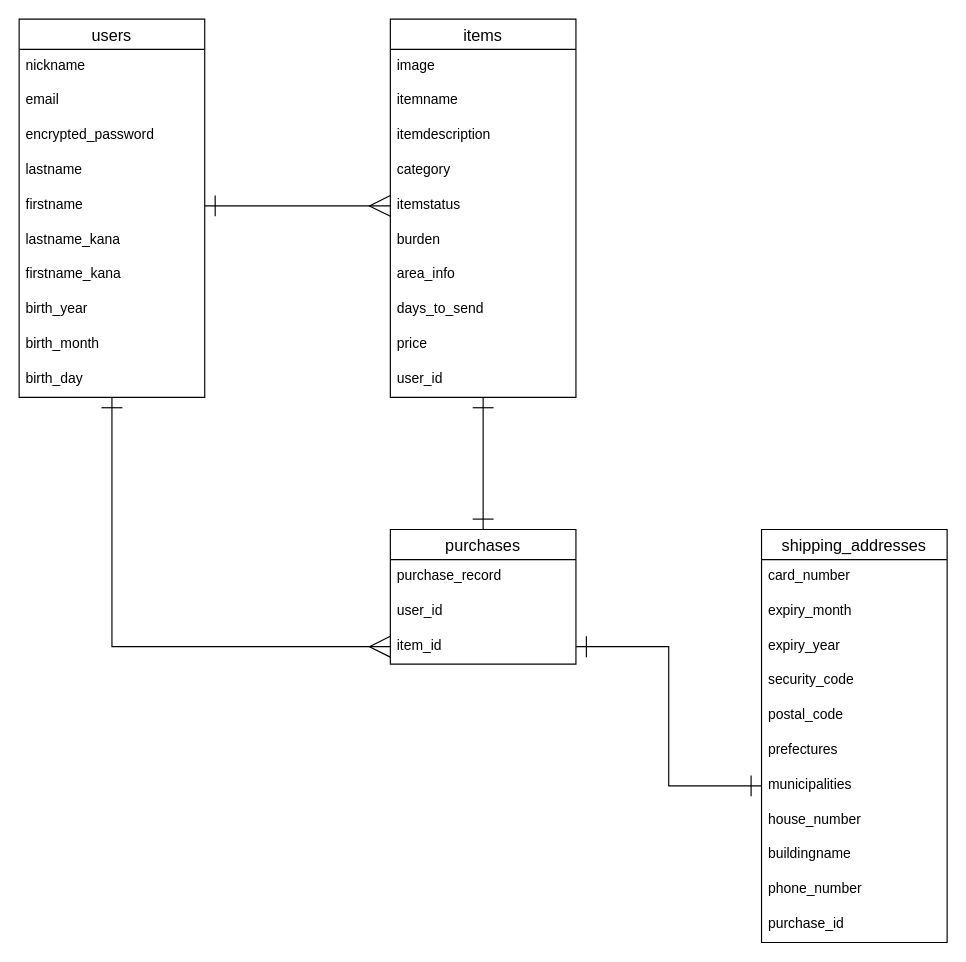
mottymoty03/furima-36777 keeps this draw.io diagram as DBRelationship.dio. Above is the earlier version. Source tidied: cells renumbered, new cells numbered last; positions are measured from the earlier drawing's top-left corner, leaving out a move shared by most shapes. Both pictures are drawn from the tidied source at 116%, with x=0, y=0 at pixel (19, 19).
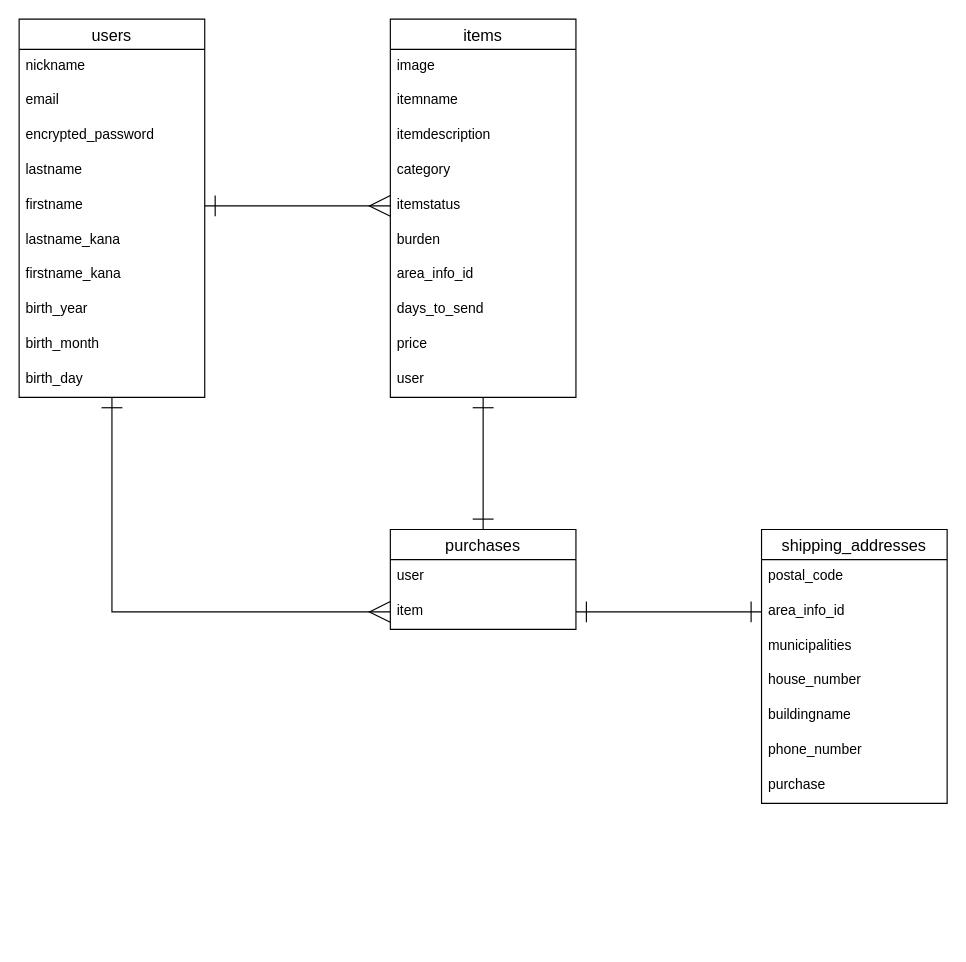
The same diagram, later.

Commit message (it also covers changes not shown here):
指摘15箇所及びER図修正

Unchanged cells that the change refers to:
```xml
<mxCell id="15" value="items" style="swimlane;fontStyle=0;horizontal=1;startSize=26;align=center;fontSize=14;" parent="1" vertex="1">
  <mxGeometry x="320" width="160" height="326" as="geometry" />
</mxCell>
```

Change to the diagram source:
```diff
@@
-    <mxCell id="22" value="area_info" style="text;strokeColor=none;fillColor=none;spacingLeft=4;spacingRight=4;overflow=hidden;fontSize=12;" parent="15" vertex="1">
+    <mxCell id="22" value="area_info_id" style="text;strokeColor=none;fillColor=none;spacingLeft=4;spacingRight=4;overflow=hidden;fontSize=12;" parent="15" vertex="1">
       <mxGeometry y="206" width="160" height="30" as="geometry" />
     </mxCell>
@@
-    <mxCell id="25" value="user_id" style="text;strokeColor=none;fillColor=none;spacingLeft=4;spacingRight=4;overflow=hidden;fontSize=12;" parent="15" vertex="1">
+    <mxCell id="25" value="user" style="text;strokeColor=none;fillColor=none;spacingLeft=4;spacingRight=4;overflow=hidden;fontSize=12;" parent="15" vertex="1">
       <mxGeometry y="296" width="160" height="30" as="geometry" />
     </mxCell>
     <mxCell id="26" value="purchases" style="swimlane;fontStyle=0;horizontal=1;startSize=26;align=center;fontSize=14;" parent="1" vertex="1">
-      <mxGeometry x="320" y="440" width="160" height="116" as="geometry" />
+      <mxGeometry x="320" y="440" width="160" height="86" as="geometry" />
     </mxCell>
-    <mxCell id="27" value="purchase_record" style="text;strokeColor=none;fillColor=none;spacingLeft=4;spacingRight=4;overflow=hidden;fontSize=12;" parent="26" vertex="1">
-      <mxGeometry y="26" width="160" height="30" as="geometry" />
-    </mxCell>
-    <mxCell id="28" value="user_id" style="text;strokeColor=none;fillColor=none;spacingLeft=4;spacingRight=4;overflow=hidden;fontSize=12;" parent="26" vertex="1">
-      <mxGeometry y="56" width="160" height="30" as="geometry" />
+    <mxCell id="28" value="user" style="text;strokeColor=none;fillColor=none;spacingLeft=4;spacingRight=4;overflow=hidden;fontSize=12;" parent="26" vertex="1">
+      <mxGeometry y="26" width="160" height="30" as="geometry" />
     </mxCell>
-    <mxCell id="29" value="item_id" style="text;strokeColor=none;fillColor=none;spacingLeft=4;spacingRight=4;overflow=hidden;points=[[0,0.5],[1,0.5]];portConstraint=eastwest;fontSize=12;" parent="26" vertex="1">
-      <mxGeometry y="86" width="160" height="30" as="geometry" />
+    <mxCell id="29" value="item" style="text;strokeColor=none;fillColor=none;spacingLeft=4;spacingRight=4;overflow=hidden;points=[[0,0.5],[1,0.5]];portConstraint=eastwest;fontSize=12;" parent="26" vertex="1">
+      <mxGeometry y="56" width="160" height="30" as="geometry" />
     </mxCell>
     <mxCell id="30" value="shipping_addresses" style="swimlane;fontStyle=0;horizontal=1;startSize=26;align=center;fontSize=14;" parent="1" vertex="1">
-      <mxGeometry x="640" y="440" width="160" height="356" as="geometry" />
+      <mxGeometry x="640" y="440" width="160" height="236" as="geometry" />
     </mxCell>
-    <mxCell id="31" value="card_number" style="text;strokeColor=none;fillColor=none;spacingLeft=4;spacingRight=4;overflow=hidden;fontSize=12;" parent="30" vertex="1">
-      <mxGeometry y="26" width="160" height="30" as="geometry" />
-    </mxCell>
-    <mxCell id="32" value="expiry_month" style="text;strokeColor=none;fillColor=none;spacingLeft=4;spacingRight=4;overflow=hidden;fontSize=12;" parent="30" vertex="1">
-      <mxGeometry y="56" width="160" height="30" as="geometry" />
-    </mxCell>
-    <mxCell id="33" value="expiry_year" style="text;strokeColor=none;fillColor=none;spacingLeft=4;spacingRight=4;overflow=hidden;fontSize=12;" parent="30" vertex="1">
-      <mxGeometry y="86" width="160" height="30" as="geometry" />
-    </mxCell>
-    <mxCell id="34" value="security_code" style="text;strokeColor=none;fillColor=none;spacingLeft=4;spacingRight=4;overflow=hidden;fontSize=12;" parent="30" vertex="1">
-      <mxGeometry y="116" width="160" height="30" as="geometry" />
-    </mxCell>
     <mxCell id="35" value="postal_code" style="text;strokeColor=none;fillColor=none;spacingLeft=4;spacingRight=4;overflow=hidden;fontSize=12;" parent="30" vertex="1">
-      <mxGeometry y="146" width="160" height="30" as="geometry" />
+      <mxGeometry y="26" width="160" height="30" as="geometry" />
     </mxCell>
-    <mxCell id="36" value="prefectures" style="text;strokeColor=none;fillColor=none;spacingLeft=4;spacingRight=4;overflow=hidden;points=[[0,0.5],[1,0.5]];portConstraint=eastwest;fontSize=12;" parent="30" vertex="1">
-      <mxGeometry y="176" width="160" height="30" as="geometry" />
+    <mxCell id="36" value="area_info_id" style="text;strokeColor=none;fillColor=none;spacingLeft=4;spacingRight=4;overflow=hidden;points=[[0,0.5],[1,0.5]];portConstraint=eastwest;fontSize=12;" parent="30" vertex="1">
+      <mxGeometry y="56" width="160" height="30" as="geometry" />
     </mxCell>
     <mxCell id="37" value="municipalities" style="text;strokeColor=none;fillColor=none;spacingLeft=4;spacingRight=4;overflow=hidden;points=[[0,0.5],[1,0.5]];portConstraint=eastwest;fontSize=12;" parent="30" vertex="1">
-      <mxGeometry y="206" width="160" height="30" as="geometry" />
+      <mxGeometry y="86" width="160" height="30" as="geometry" />
     </mxCell>
     <mxCell id="38" value="house_number" style="text;strokeColor=none;fillColor=none;spacingLeft=4;spacingRight=4;overflow=hidden;fontSize=12;" parent="30" vertex="1">
-      <mxGeometry y="236" width="160" height="30" as="geometry" />
+      <mxGeometry y="116" width="160" height="30" as="geometry" />
     </mxCell>
     <mxCell id="39" value="buildingname" style="text;strokeColor=none;fillColor=none;spacingLeft=4;spacingRight=4;overflow=hidden;fontSize=12;" parent="30" vertex="1">
-      <mxGeometry y="266" width="160" height="30" as="geometry" />
+      <mxGeometry y="146" width="160" height="30" as="geometry" />
     </mxCell>
     <mxCell id="40" value="phone_number" style="text;strokeColor=none;fillColor=none;spacingLeft=4;spacingRight=4;overflow=hidden;fontSize=12;" parent="30" vertex="1">
-      <mxGeometry y="296" width="160" height="30" as="geometry" />
+      <mxGeometry y="176" width="160" height="30" as="geometry" />
     </mxCell>
-    <mxCell id="41" value="purchase_id" style="text;strokeColor=none;fillColor=none;spacingLeft=4;spacingRight=4;overflow=hidden;fontSize=12;" parent="30" vertex="1">
-      <mxGeometry y="326" width="160" height="30" as="geometry" />
+    <mxCell id="41" value="purchase" style="text;strokeColor=none;fillColor=none;spacingLeft=4;spacingRight=4;overflow=hidden;fontSize=12;" parent="30" vertex="1">
+      <mxGeometry y="206" width="160" height="30" as="geometry" />
     </mxCell>
-    <mxCell id="42" style="edgeStyle=orthogonalEdgeStyle;rounded=0;jettySize=auto;html=1;exitX=1;exitY=0.5;exitDx=0;exitDy=0;entryX=0;entryY=0.5;entryDx=0;entryDy=0;endArrow=ERone;endFill=0;startArrow=ERone;startFill=0;endSize=16;startSize=16;" parent="1" edge="1" source="29" target="37">
+    <mxCell id="42" style="edgeStyle=orthogonalEdgeStyle;rounded=0;jettySize=auto;html=1;exitX=1;exitY=0.5;exitDx=0;exitDy=0;entryX=0;entryY=0.5;entryDx=0;entryDy=0;endArrow=ERone;endFill=0;startArrow=ERone;startFill=0;endSize=16;startSize=16;" parent="1" edge="1" source="29" target="36">
       <mxGeometry relative="1" as="geometry" />
     </mxCell>
```
